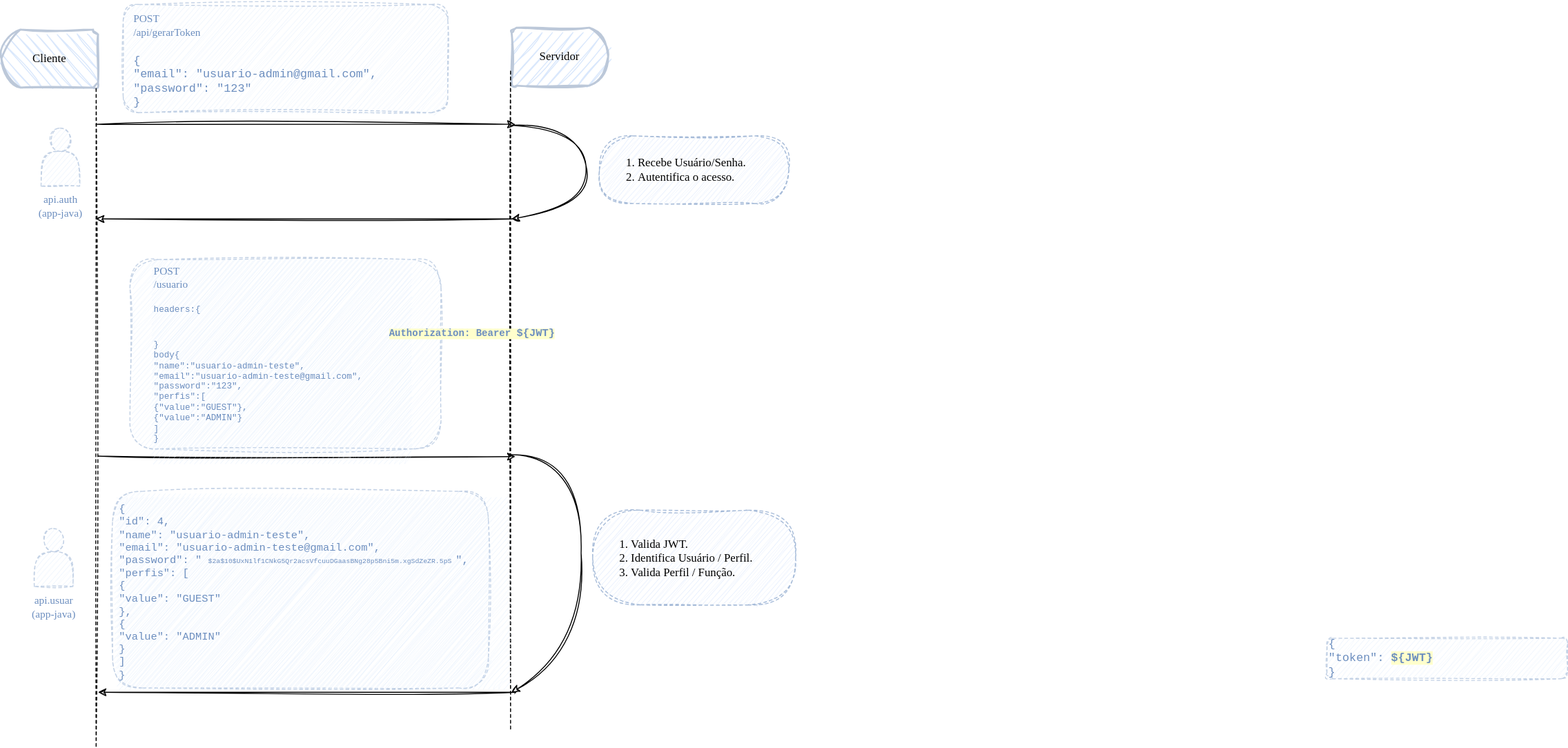
This is microservico/arquitetura.drawio.svg from ramiralvesmelo/spring-boot-projetos, a draw.io export, as it was before one commit. Source tidied: cells renumbered, new cells last; positions are measured from the earlier drawing's top-left corner, leaving out a move shared by most shapes. Its diagram source:
```xml
<mxGraphModel>
  <root>
    <mxCell id="0" />
    <mxCell id="1" parent="0" />
    <mxCell id="2" style="rounded=1;whiteSpace=wrap;html=1;dashed=1;strokeColor=#6C8EBF;strokeWidth=1;fontFamily=Comic Sans MS;fontSize=11;fontColor=#6c8ebf;fillColor=#DAE8FC;opacity=40;sketch=1;curveFitting=1;jiggle=2;" parent="1" vertex="1">
      <mxGeometry x="115" y="508" width="389" height="203.5" as="geometry" />
    </mxCell>
    <mxCell id="3" style="rounded=1;whiteSpace=wrap;html=1;dashed=1;strokeColor=#6C8EBF;strokeWidth=1;fontFamily=Comic Sans MS;fontSize=11;fontColor=#6c8ebf;fillColor=#DAE8FC;opacity=40;sketch=1;curveFitting=1;jiggle=2;" parent="1" vertex="1">
      <mxGeometry x="126" y="4" width="336" height="112" as="geometry" />
    </mxCell>
    <mxCell id="4" value="Cliente" style="strokeWidth=2;html=1;shape=mxgraph.flowchart.delay;whiteSpace=wrap;flipH=1;fillColor=#dae8fc;rounded=1;shadow=0;sketch=1;curveFitting=1;jiggle=2;fontFamily=Comic Sans MS;strokeColor=#BCC8D9;" parent="1" vertex="1">
      <mxGeometry y="30" width="100" height="60" as="geometry" />
    </mxCell>
    <mxCell id="5" value="Servidor" style="strokeWidth=2;html=1;shape=mxgraph.flowchart.delay;whiteSpace=wrap;flipH=0;fillColor=#dae8fc;rounded=1;shadow=0;sketch=1;curveFitting=1;jiggle=2;fontFamily=Comic Sans MS;strokeColor=#BCC8D9;" parent="1" vertex="1">
      <mxGeometry x="528" y="28" width="100" height="60" as="geometry" />
    </mxCell>
    <mxCell id="6" style="endArrow=none;dashed=1;html=1;entryX=0.02;entryY=0.985;entryDx=0;entryDy=0;entryPerimeter=0;sketch=1;curveFitting=1;jiggle=2;" parent="1" edge="1" target="4">
      <mxGeometry relative="1" as="geometry">
        <mxPoint x="98" y="772" as="sourcePoint" />
      </mxGeometry>
    </mxCell>
    <mxCell id="7" style="endArrow=none;dashed=1;html=1;entryX=0.02;entryY=0.985;entryDx=0;entryDy=0;entryPerimeter=0;sketch=1;curveFitting=1;jiggle=2;" parent="1" edge="1">
      <mxGeometry relative="1" as="geometry">
        <mxPoint x="527" y="754" as="sourcePoint" />
        <mxPoint x="527" y="72" as="targetPoint" />
      </mxGeometry>
    </mxCell>
    <mxCell id="8" style="endArrow=classic;html=1;sketch=1;curveFitting=1;jiggle=2;" parent="1" edge="1">
      <mxGeometry relative="1" as="geometry">
        <mxPoint x="98" y="128" as="sourcePoint" />
        <mxPoint x="532" y="128" as="targetPoint" />
      </mxGeometry>
    </mxCell>
    <mxCell id="9" style="endArrow=classic;html=1;sketch=1;curveFitting=1;jiggle=2;" parent="1" edge="1">
      <mxGeometry relative="1" as="geometry">
        <mxPoint x="532" y="226" as="sourcePoint" />
        <mxPoint x="98" y="226" as="targetPoint" />
      </mxGeometry>
    </mxCell>
    <mxCell id="10" style="endArrow=classic;html=1;sketch=1;curveFitting=1;jiggle=2;" parent="1" edge="1">
      <mxGeometry relative="1" as="geometry">
        <mxPoint x="100" y="471.5" as="sourcePoint" />
        <mxPoint x="532" y="472" as="targetPoint" />
      </mxGeometry>
    </mxCell>
    <mxCell id="11" style="endArrow=classic;html=1;sketch=1;curveFitting=1;jiggle=2;" parent="1" edge="1">
      <mxGeometry relative="1" as="geometry">
        <mxPoint x="532" y="716" as="sourcePoint" />
        <mxPoint x="100" y="716" as="targetPoint" />
      </mxGeometry>
    </mxCell>
    <mxCell id="12" value="&lt;ol&gt;&lt;li style=&quot;&quot;&gt;&lt;span style=&quot;background-color: initial;&quot;&gt;Recebe Usuário/Senha.&lt;/span&gt;&lt;br&gt;&lt;/li&gt;&lt;li&gt;Autentifica o acesso.&lt;/li&gt;&lt;/ol&gt;" style="text;html=1;align=left;verticalAlign=middle;strokeColor=#6c8ebf;fillColor=#dae8fc;rounded=1;shadow=0;sketch=1;curveFitting=1;jiggle=2;fontFamily=Comic Sans MS;dashed=1;arcSize=50;strokeWidth=1;perimeterSpacing=1;opacity=60;spacing=0;rotation=0;" parent="1" vertex="1">
      <mxGeometry x="619" y="140" width="196" height="70" as="geometry" />
    </mxCell>
    <mxCell id="13" value="&lt;div style=&quot;font-size: 11px;&quot;&gt;&lt;font color=&quot;#6c8ebf&quot; style=&quot;font-size: 11px;&quot;&gt;&lt;span style=&quot;font-family: &amp;quot;Comic Sans MS&amp;quot;; text-align: center;&quot;&gt;POST&lt;/span&gt;&lt;span style=&quot;background-color: initial;&quot;&gt;&lt;br&gt;&lt;/span&gt;&lt;/font&gt;&lt;/div&gt;&lt;div style=&quot;font-size: 11px;&quot;&gt;&lt;font color=&quot;#6c8ebf&quot; style=&quot;font-size: 11px;&quot;&gt;&lt;span style=&quot;font-family: &amp;quot;Comic Sans MS&amp;quot;; text-align: center;&quot;&gt;/api/gerarToken&lt;/span&gt;&lt;/font&gt;&lt;/div&gt;&lt;div style=&quot;font-size: 11px;&quot;&gt;&lt;font color=&quot;#6c8ebf&quot; style=&quot;font-size: 11px;&quot;&gt;&lt;span style=&quot;font-family: &amp;quot;Comic Sans MS&amp;quot;; text-align: center;&quot;&gt;&lt;br&gt;&lt;/span&gt;&lt;/font&gt;&lt;/div&gt;&lt;div style=&quot;font-size: 12px;&quot;&gt;&lt;font style=&quot;font-size: 12px;&quot;&gt;&lt;span style=&quot;color: rgb(108, 142, 191); background-color: initial;&quot;&gt;{&lt;/span&gt;&lt;br&gt;&lt;/font&gt;&lt;/div&gt;&lt;div style=&quot;font-size: 12px;&quot;&gt;&lt;div&gt;&lt;font style=&quot;font-size: 12px;&quot; color=&quot;#6c8ebf&quot;&gt;&amp;nbsp; &amp;nbsp; &quot;email&quot;: &quot;usuario-admin@gmail.com&quot;,&lt;/font&gt;&lt;/div&gt;&lt;div&gt;&lt;font style=&quot;font-size: 12px;&quot; color=&quot;#6c8ebf&quot;&gt;&amp;nbsp; &amp;nbsp; &quot;password&quot;: &quot;123&quot;&lt;/font&gt;&lt;/div&gt;&lt;div&gt;&lt;font style=&quot;font-size: 12px;&quot; color=&quot;#6c8ebf&quot;&gt;}&lt;/font&gt;&lt;/div&gt;&lt;/div&gt;&lt;div style=&quot;font-size: 12px;&quot;&gt;&lt;br&gt;&lt;/div&gt;" style="text;html=1;align=left;verticalAlign=middle;strokeColor=none;fillColor=none;fontFamily=Courier New;fontSize=10;opacity=40;dashed=1;sketch=1;curveFitting=1;jiggle=2;" parent="1" vertex="1">
      <mxGeometry x="135" width="308" height="140" as="geometry" />
    </mxCell>
    <mxCell id="14" style="curved=1;endArrow=classic;html=1;sketch=1;curveFitting=1;jiggle=2;" parent="1" edge="1">
      <mxGeometry relative="1" as="geometry">
        <mxPoint x="528" y="129" as="sourcePoint" />
        <mxPoint x="528" y="226" as="targetPoint" />
        <Array as="points">
          <mxPoint x="598" y="129" />
          <mxPoint x="612" y="212" />
        </Array>
      </mxGeometry>
    </mxCell>
    <mxCell id="15" value="&lt;ol&gt;&lt;li style=&quot;&quot;&gt;&lt;span style=&quot;background-color: initial;&quot;&gt;Valida JWT.&lt;/span&gt;&lt;/li&gt;&lt;li style=&quot;&quot;&gt;Identifica Usuário / Perfil.&lt;/li&gt;&lt;li style=&quot;&quot;&gt;Valida Perfil / Função.&lt;/li&gt;&lt;/ol&gt;" style="text;html=1;align=left;verticalAlign=middle;strokeColor=#6c8ebf;fillColor=#dae8fc;rounded=1;shadow=0;sketch=1;curveFitting=1;jiggle=2;fontFamily=Comic Sans MS;dashed=1;arcSize=50;strokeWidth=1;perimeterSpacing=1;opacity=60;spacing=0;rotation=0;" parent="1" vertex="1">
      <mxGeometry x="612" y="527.5" width="210" height="98" as="geometry" />
    </mxCell>
    <mxCell id="16" value="&lt;span style=&quot;font-family: &amp;quot;Courier New&amp;quot;; font-size: 12px;&quot;&gt;{&lt;br&gt;&amp;nbsp; &amp;nbsp; &quot;token&quot;: &lt;span style=&quot;background-color: rgb(255, 255, 204);&quot;&gt;&lt;b&gt;${JWT}&lt;/b&gt;&lt;/span&gt;&lt;br&gt;}&lt;br&gt;&lt;/span&gt;" style="rounded=1;whiteSpace=wrap;html=1;dashed=1;strokeColor=#6C8EBF;strokeWidth=1;fontFamily=Comic Sans MS;fontSize=11;fontColor=#6c8ebf;fillColor=#DAE8FC;opacity=40;sketch=1;curveFitting=1;jiggle=2;align=left;" parent="1" vertex="1">
      <mxGeometry x="1372" y="660" width="249" height="42" as="geometry" />
    </mxCell>
    <mxCell id="17" style="shape=actor;whiteSpace=wrap;html=1;dashed=1;sketch=1;strokeColor=#6C8EBF;strokeWidth=1;fontFamily=Comic Sans MS;fontSize=11;fontColor=#6C8EBF;fillColor=#DAE8FC;opacity=40;" parent="1" vertex="1">
      <mxGeometry x="41" y="132" width="40" height="60" as="geometry" />
    </mxCell>
    <mxCell id="18" style="rounded=1;whiteSpace=wrap;html=1;dashed=1;strokeColor=#6C8EBF;strokeWidth=1;fontFamily=Comic Sans MS;fontSize=11;fontColor=#6c8ebf;fillColor=#DAE8FC;opacity=40;sketch=1;curveFitting=1;jiggle=2;" parent="1" vertex="1">
      <mxGeometry x="133" y="268" width="322" height="196" as="geometry" />
    </mxCell>
    <mxCell id="19" value="&lt;div style=&quot;font-size: 11px;&quot;&gt;&lt;span style=&quot;font-family: &amp;quot;Comic Sans MS&amp;quot;; text-align: center; color: rgb(108, 142, 191); background-color: initial;&quot;&gt;POST&lt;/span&gt;&lt;br&gt;&lt;/div&gt;&lt;div style=&quot;font-size: 11px;&quot;&gt;&lt;font color=&quot;#6c8ebf&quot; style=&quot;font-size: 11px;&quot;&gt;&lt;span style=&quot;font-family: &amp;quot;Comic Sans MS&amp;quot;; text-align: center;&quot;&gt;/usuario&lt;/span&gt;&lt;/font&gt;&lt;/div&gt;&lt;div style=&quot;font-size: 11px;&quot;&gt;&lt;font color=&quot;#6c8ebf&quot; style=&quot;font-size: 11px;&quot;&gt;&lt;span style=&quot;font-family: &amp;quot;Comic Sans MS&amp;quot;; text-align: center;&quot;&gt;&lt;br&gt;&lt;/span&gt;&lt;/font&gt;&lt;/div&gt;&lt;div style=&quot;font-size: 9px;&quot;&gt;&lt;font style=&quot;font-size: 9px;&quot;&gt;&lt;span style=&quot;color: rgb(108, 142, 191); background-color: initial;&quot;&gt;headers:{&lt;/span&gt;&lt;br&gt;&lt;/font&gt;&lt;/div&gt;&lt;div style=&quot;&quot;&gt;&lt;div style=&quot;&quot;&gt;&lt;font style=&quot;&quot; color=&quot;#6c8ebf&quot;&gt;&lt;span style=&quot;font-size: 9px;&quot;&gt;&#9;&lt;/span&gt;&lt;span style=&quot;font-size: 9px;&quot;&gt;&#9;&lt;/span&gt;&lt;span style=&quot;font-size: 9px; white-space: pre;&quot;&gt;&#9;&lt;/span&gt;&lt;span style=&quot;background-color: rgb(255, 255, 204);&quot;&gt;&lt;b&gt;&lt;font size=&quot;1&quot;&gt;Authorization: Bearer &lt;/font&gt;&lt;font style=&quot;font-size: 11px;&quot;&gt;${JWT}&lt;/font&gt;&lt;/b&gt;&lt;/span&gt;&lt;/font&gt;&lt;/div&gt;&lt;div style=&quot;font-size: 9px;&quot;&gt;&lt;font style=&quot;font-size: 9px;&quot; color=&quot;#6c8ebf&quot;&gt;}&lt;/font&gt;&lt;/div&gt;&lt;div style=&quot;font-size: 9px;&quot;&gt;&lt;font style=&quot;font-size: 9px;&quot; color=&quot;#6c8ebf&quot;&gt;body{&lt;/font&gt;&lt;/div&gt;&lt;div style=&quot;font-size: 9px;&quot;&gt;&lt;font style=&quot;font-size: 9px;&quot; color=&quot;#6c8ebf&quot;&gt;&amp;nbsp; &amp;nbsp; &quot;name&quot;:&quot;usuario-admin-teste&quot;,&lt;/font&gt;&lt;/div&gt;&lt;div style=&quot;font-size: 9px;&quot;&gt;&lt;font style=&quot;font-size: 9px;&quot; color=&quot;#6c8ebf&quot;&gt;&amp;nbsp; &amp;nbsp; &quot;email&quot;:&quot;usuario-admin-teste@gmail.com&quot;,&lt;/font&gt;&lt;/div&gt;&lt;div style=&quot;font-size: 9px;&quot;&gt;&lt;font style=&quot;font-size: 9px;&quot; color=&quot;#6c8ebf&quot;&gt;&amp;nbsp; &amp;nbsp; &quot;password&quot;:&quot;123&quot;,&lt;/font&gt;&lt;/div&gt;&lt;div style=&quot;font-size: 9px;&quot;&gt;&lt;font style=&quot;font-size: 9px;&quot; color=&quot;#6c8ebf&quot;&gt;&amp;nbsp; &amp;nbsp; &quot;perfis&quot;:[&lt;/font&gt;&lt;/div&gt;&lt;div style=&quot;font-size: 9px;&quot;&gt;&lt;font style=&quot;font-size: 9px;&quot; color=&quot;#6c8ebf&quot;&gt;&amp;nbsp; &amp;nbsp; &amp;nbsp; &amp;nbsp; {&quot;value&quot;:&quot;GUEST&quot;},&lt;/font&gt;&lt;/div&gt;&lt;div style=&quot;font-size: 9px;&quot;&gt;&lt;font style=&quot;font-size: 9px;&quot; color=&quot;#6c8ebf&quot;&gt;&amp;nbsp; &amp;nbsp; &amp;nbsp; &amp;nbsp; {&quot;value&quot;:&quot;ADMIN&quot;}&lt;/font&gt;&lt;/div&gt;&lt;div style=&quot;font-size: 9px;&quot;&gt;&lt;font style=&quot;font-size: 9px;&quot; color=&quot;#6c8ebf&quot;&gt;&amp;nbsp; &amp;nbsp; ]&lt;span style=&quot;&quot;&gt;&#9;&lt;/span&gt;&lt;/font&gt;&lt;/div&gt;&lt;div style=&quot;font-size: 9px;&quot;&gt;&lt;font style=&quot;font-size: 9px;&quot; color=&quot;#6c8ebf&quot;&gt;}&lt;/font&gt;&lt;/div&gt;&lt;/div&gt;&lt;div style=&quot;font-size: 11px;&quot;&gt;&lt;br&gt;&lt;/div&gt;" style="text;html=1;align=left;verticalAlign=middle;strokeColor=none;fillColor=#DAE8FC;fontFamily=Courier New;fontSize=10;opacity=40;dashed=1;sketch=1;curveFitting=1;jiggle=2;" parent="1" vertex="1">
      <mxGeometry x="156" y="268" width="266" height="210" as="geometry" />
    </mxCell>
    <mxCell id="20" value="api.auth &lt;br&gt;(app-java)&lt;br&gt;" style="text;html=1;align=center;verticalAlign=middle;strokeColor=none;fillColor=none;fontSize=11;fontFamily=Comic Sans MS;fontColor=#6C8EBF;" parent="1" vertex="1">
      <mxGeometry x="19" y="192" width="84" height="42" as="geometry" />
    </mxCell>
    <mxCell id="21" style="shape=actor;whiteSpace=wrap;html=1;dashed=1;sketch=1;strokeColor=#6C8EBF;strokeWidth=1;fontFamily=Comic Sans MS;fontSize=11;fontColor=#6C8EBF;fillColor=#DAE8FC;opacity=40;" parent="1" vertex="1">
      <mxGeometry x="34" y="546.5" width="40" height="60" as="geometry" />
    </mxCell>
    <mxCell id="22" value="api.usuar&lt;br&gt;(app-java)" style="text;html=1;align=center;verticalAlign=middle;strokeColor=none;fillColor=none;fontSize=11;fontFamily=Comic Sans MS;fontColor=#6C8EBF;" parent="1" vertex="1">
      <mxGeometry x="12" y="606.5" width="84" height="42" as="geometry" />
    </mxCell>
    <mxCell id="23" style="curved=1;endArrow=classic;html=1;sketch=1;curveFitting=1;jiggle=2;" parent="1" edge="1">
      <mxGeometry relative="1" as="geometry">
        <mxPoint x="528" y="470" as="sourcePoint" />
        <mxPoint x="528" y="716" as="targetPoint" />
        <Array as="points">
          <mxPoint x="598" y="470" />
          <mxPoint x="602" y="674" />
        </Array>
      </mxGeometry>
    </mxCell>
    <mxCell id="24" value="&lt;div style=&quot;&quot;&gt;&lt;div style=&quot;font-size: 11px;&quot;&gt;&lt;font color=&quot;#6c8ebf&quot;&gt;{&lt;/font&gt;&lt;/div&gt;&lt;div style=&quot;font-size: 11px;&quot;&gt;&lt;font color=&quot;#6c8ebf&quot;&gt;&amp;nbsp; &amp;nbsp; &quot;id&quot;: 4,&lt;/font&gt;&lt;/div&gt;&lt;div style=&quot;font-size: 11px;&quot;&gt;&lt;font color=&quot;#6c8ebf&quot;&gt;&amp;nbsp; &amp;nbsp; &quot;name&quot;: &quot;usuario-admin-teste&quot;,&lt;/font&gt;&lt;/div&gt;&lt;div style=&quot;font-size: 11px;&quot;&gt;&lt;font color=&quot;#6c8ebf&quot;&gt;&amp;nbsp; &amp;nbsp; &quot;email&quot;: &quot;usuario-admin-teste@gmail.com&quot;,&lt;/font&gt;&lt;/div&gt;&lt;div style=&quot;&quot;&gt;&lt;font color=&quot;#6c8ebf&quot;&gt;&lt;span style=&quot;font-size: 11px;&quot;&gt;&amp;nbsp; &amp;nbsp; &quot;password&quot;: &quot;&lt;/span&gt;&lt;font style=&quot;font-size: 7px;&quot;&gt;$2a$10$UxN1lf1CNkG5Qr2acsVfcuuDGaasBNg28p5Bni5m.xgSdZeZR.5pS&lt;/font&gt;&lt;span style=&quot;font-size: 11px;&quot;&gt;&quot;,&lt;/span&gt;&lt;/font&gt;&lt;/div&gt;&lt;div style=&quot;font-size: 11px;&quot;&gt;&lt;font color=&quot;#6c8ebf&quot;&gt;&amp;nbsp; &amp;nbsp; &quot;perfis&quot;: [&lt;/font&gt;&lt;/div&gt;&lt;div style=&quot;font-size: 11px;&quot;&gt;&lt;font color=&quot;#6c8ebf&quot;&gt;&amp;nbsp; &amp;nbsp; &amp;nbsp; &amp;nbsp; {&lt;/font&gt;&lt;/div&gt;&lt;div style=&quot;font-size: 11px;&quot;&gt;&lt;font color=&quot;#6c8ebf&quot;&gt;&amp;nbsp; &amp;nbsp; &amp;nbsp; &amp;nbsp; &amp;nbsp; &amp;nbsp; &quot;value&quot;: &quot;GUEST&quot;&lt;/font&gt;&lt;/div&gt;&lt;div style=&quot;font-size: 11px;&quot;&gt;&lt;font color=&quot;#6c8ebf&quot;&gt;&amp;nbsp; &amp;nbsp; &amp;nbsp; &amp;nbsp; },&lt;/font&gt;&lt;/div&gt;&lt;div style=&quot;font-size: 11px;&quot;&gt;&lt;font color=&quot;#6c8ebf&quot;&gt;&amp;nbsp; &amp;nbsp; &amp;nbsp; &amp;nbsp; {&lt;/font&gt;&lt;/div&gt;&lt;div style=&quot;font-size: 11px;&quot;&gt;&lt;font color=&quot;#6c8ebf&quot;&gt;&amp;nbsp; &amp;nbsp; &amp;nbsp; &amp;nbsp; &amp;nbsp; &amp;nbsp; &quot;value&quot;: &quot;ADMIN&quot;&lt;/font&gt;&lt;/div&gt;&lt;div style=&quot;font-size: 11px;&quot;&gt;&lt;font color=&quot;#6c8ebf&quot;&gt;&amp;nbsp; &amp;nbsp; &amp;nbsp; &amp;nbsp; }&lt;/font&gt;&lt;/div&gt;&lt;div style=&quot;font-size: 11px;&quot;&gt;&lt;font color=&quot;#6c8ebf&quot;&gt;&amp;nbsp; &amp;nbsp; ]&lt;/font&gt;&lt;/div&gt;&lt;div style=&quot;font-size: 11px;&quot;&gt;&lt;font color=&quot;#6c8ebf&quot;&gt;}&lt;/font&gt;&lt;/div&gt;&lt;/div&gt;" style="text;html=1;align=left;verticalAlign=middle;strokeColor=none;fillColor=#DAE8FC;fontFamily=Courier New;fontSize=10;opacity=40;dashed=1;sketch=1;curveFitting=1;jiggle=2;" parent="1" vertex="1">
      <mxGeometry x="120" y="514.5" width="406" height="196" as="geometry" />
    </mxCell>
  </root>
</mxGraphModel>
```
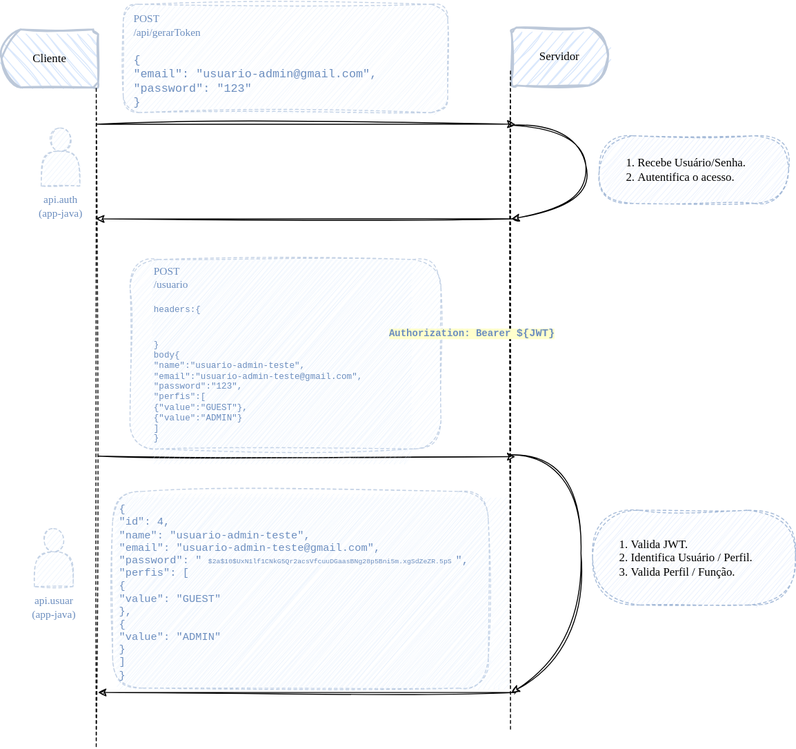
Above is the later version.

The edit, as a diff of the source:
```diff
@@ -68,9 +68,6 @@
     <mxCell id="15" value="&lt;ol&gt;&lt;li style=&quot;&quot;&gt;&lt;span style=&quot;background-color: initial;&quot;&gt;Valida JWT.&lt;/span&gt;&lt;/li&gt;&lt;li style=&quot;&quot;&gt;Identifica Usuário / Perfil.&lt;/li&gt;&lt;li style=&quot;&quot;&gt;Valida Perfil / Função.&lt;/li&gt;&lt;/ol&gt;" style="text;html=1;align=left;verticalAlign=middle;strokeColor=#6c8ebf;fillColor=#dae8fc;rounded=1;shadow=0;sketch=1;curveFitting=1;jiggle=2;fontFamily=Comic Sans MS;dashed=1;arcSize=50;strokeWidth=1;perimeterSpacing=1;opacity=60;spacing=0;rotation=0;" parent="1" vertex="1">
       <mxGeometry x="612" y="527.5" width="210" height="98" as="geometry" />
     </mxCell>
-    <mxCell id="16" value="&lt;span style=&quot;font-family: &amp;quot;Courier New&amp;quot;; font-size: 12px;&quot;&gt;{&lt;br&gt;&amp;nbsp; &amp;nbsp; &quot;token&quot;: &lt;span style=&quot;background-color: rgb(255, 255, 204);&quot;&gt;&lt;b&gt;${JWT}&lt;/b&gt;&lt;/span&gt;&lt;br&gt;}&lt;br&gt;&lt;/span&gt;" style="rounded=1;whiteSpace=wrap;html=1;dashed=1;strokeColor=#6C8EBF;strokeWidth=1;fontFamily=Comic Sans MS;fontSize=11;fontColor=#6c8ebf;fillColor=#DAE8FC;opacity=40;sketch=1;curveFitting=1;jiggle=2;align=left;" parent="1" vertex="1">
-      <mxGeometry x="1372" y="660" width="249" height="42" as="geometry" />
-    </mxCell>
     <mxCell id="17" style="shape=actor;whiteSpace=wrap;html=1;dashed=1;sketch=1;strokeColor=#6C8EBF;strokeWidth=1;fontFamily=Comic Sans MS;fontSize=11;fontColor=#6C8EBF;fillColor=#DAE8FC;opacity=40;" parent="1" vertex="1">
       <mxGeometry x="41" y="132" width="40" height="60" as="geometry" />
     </mxCell>
```
